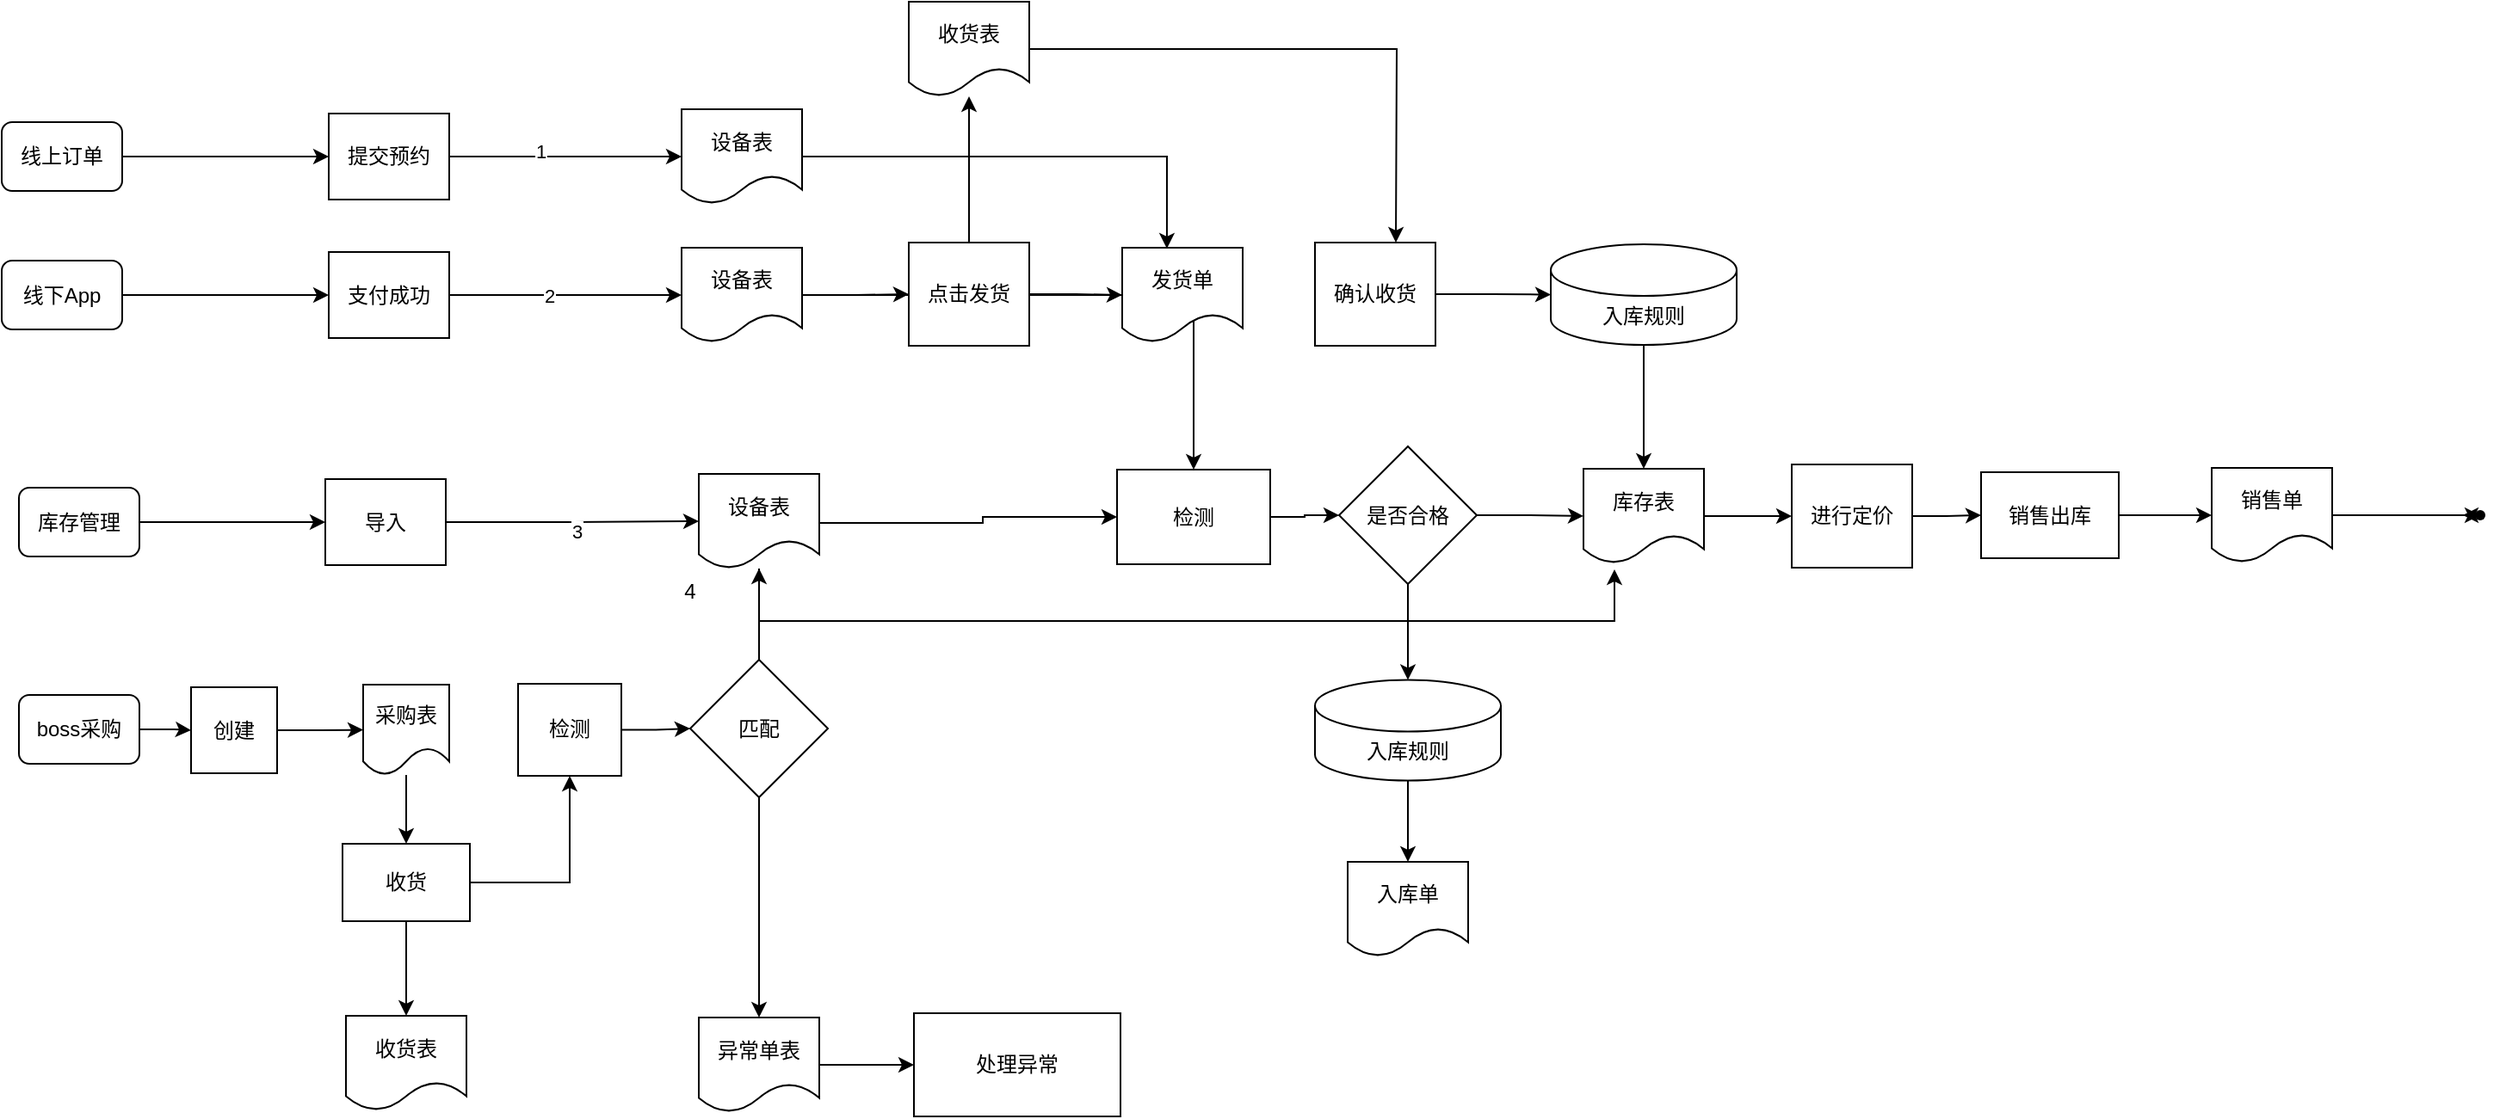
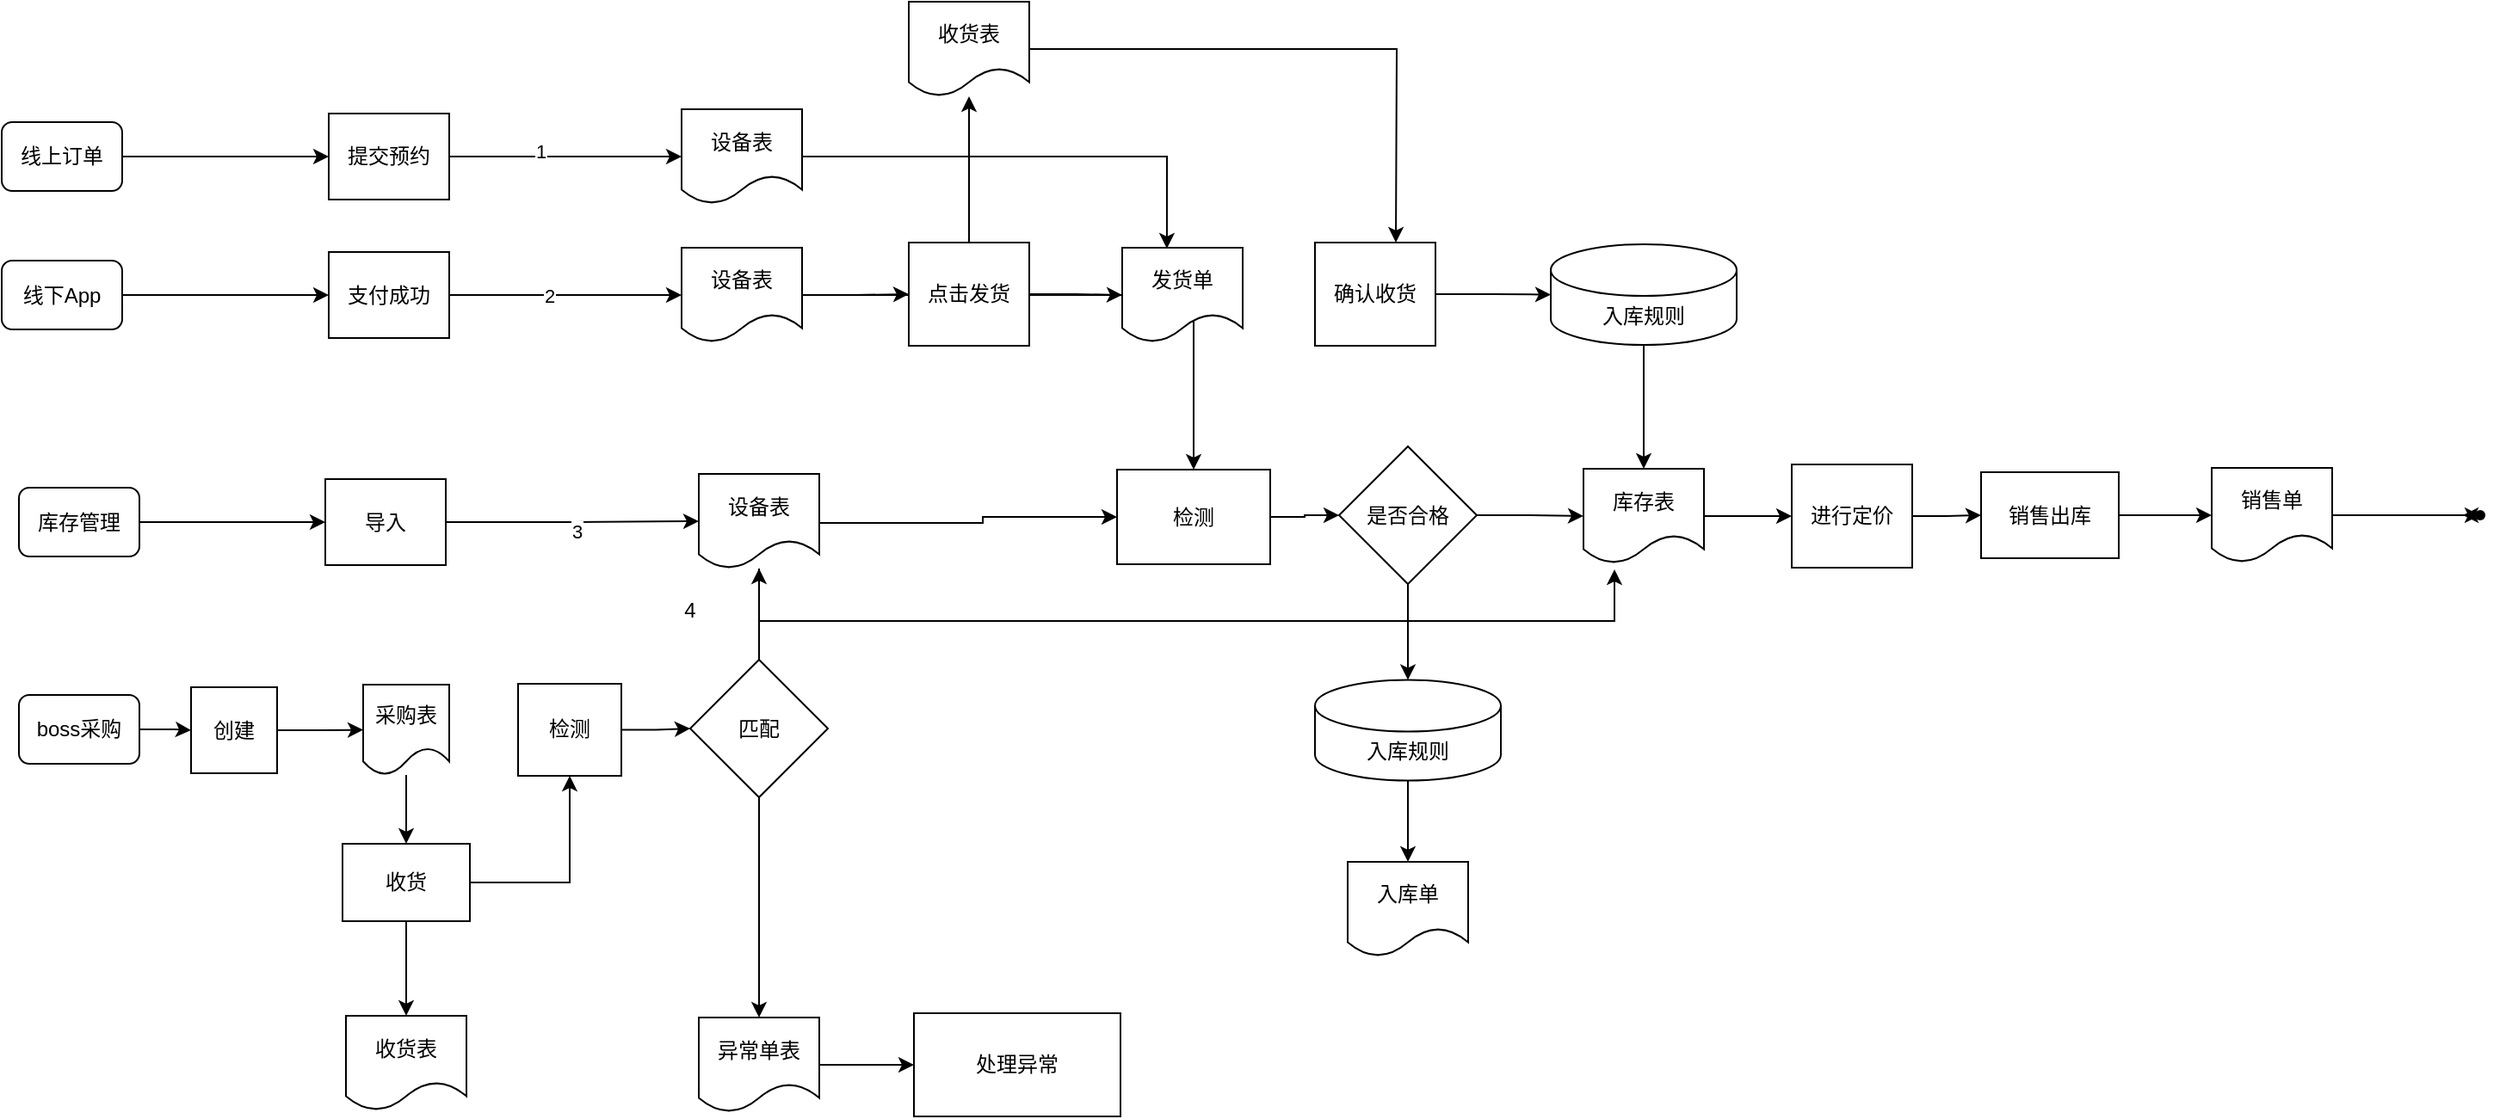
<mxfile host="app.diagrams.net">
  <diagram name="第 1 页" id="s3CgnVwbfZmktE_ADOAM">
    <mxGraphModel dx="1465" dy="741" grid="1" gridSize="10" guides="1" tooltips="1" connect="1" arrows="1" fold="1" page="1" pageScale="1" pageWidth="827" pageHeight="1169" math="0" shadow="0">
      <root>
        <mxCell id="0" />
        <mxCell id="1" parent="0" />
        <mxCell id="9bAV4iDaCewVaVFpZhyE-6" edge="1" parent="1" source="9bAV4iDaCewVaVFpZhyE-1" style="edgeStyle=orthogonalEdgeStyle;rounded=0;orthogonalLoop=1;jettySize=auto;html=1;entryX=0;entryY=0.5;entryDx=0;entryDy=0;" target="9bAV4iDaCewVaVFpZhyE-5">
          <mxGeometry relative="1" as="geometry" />
        </mxCell>
        <mxCell id="9bAV4iDaCewVaVFpZhyE-1" parent="1" style="rounded=1;whiteSpace=wrap;html=1;" value="线上订单" vertex="1">
          <mxGeometry height="40" width="70" x="100" y="200" as="geometry" />
        </mxCell>
        <mxCell id="9bAV4iDaCewVaVFpZhyE-8" edge="1" parent="1" source="9bAV4iDaCewVaVFpZhyE-2" style="edgeStyle=orthogonalEdgeStyle;rounded=0;orthogonalLoop=1;jettySize=auto;html=1;entryX=0;entryY=0.5;entryDx=0;entryDy=0;" target="9bAV4iDaCewVaVFpZhyE-7">
          <mxGeometry relative="1" as="geometry" />
        </mxCell>
        <mxCell id="9bAV4iDaCewVaVFpZhyE-2" parent="1" style="rounded=1;whiteSpace=wrap;html=1;" value="线下App" vertex="1">
          <mxGeometry height="40" width="70" x="100" y="280.5" as="geometry" />
        </mxCell>
        <mxCell id="9bAV4iDaCewVaVFpZhyE-18" edge="1" parent="1" source="9bAV4iDaCewVaVFpZhyE-4" style="edgeStyle=orthogonalEdgeStyle;rounded=0;orthogonalLoop=1;jettySize=auto;html=1;entryX=0;entryY=0.5;entryDx=0;entryDy=0;" target="9bAV4iDaCewVaVFpZhyE-17">
          <mxGeometry relative="1" as="geometry" />
        </mxCell>
        <mxCell id="9bAV4iDaCewVaVFpZhyE-4" parent="1" style="rounded=1;whiteSpace=wrap;html=1;" value="boss采购" vertex="1">
          <mxGeometry height="40" width="70" x="110" y="533" as="geometry" />
        </mxCell>
        <mxCell id="9bAV4iDaCewVaVFpZhyE-13" edge="1" parent="1" source="9bAV4iDaCewVaVFpZhyE-5" style="edgeStyle=orthogonalEdgeStyle;rounded=0;orthogonalLoop=1;jettySize=auto;html=1;entryX=0;entryY=0.5;entryDx=0;entryDy=0;" target="9bAV4iDaCewVaVFpZhyE-10">
          <mxGeometry relative="1" as="geometry" />
        </mxCell>
        <mxCell id="6U2cnajlqVI5yBvSTo5x-1" connectable="0" parent="9bAV4iDaCewVaVFpZhyE-13" style="edgeLabel;html=1;align=center;verticalAlign=middle;resizable=0;points=[];" value="1" vertex="1">
          <mxGeometry relative="1" x="-0.22" y="3" as="geometry">
            <mxPoint as="offset" />
          </mxGeometry>
        </mxCell>
        <mxCell id="9bAV4iDaCewVaVFpZhyE-5" parent="1" style="rounded=0;whiteSpace=wrap;html=1;" value="提交预约" vertex="1">
          <mxGeometry height="50" width="70" x="290" y="195" as="geometry" />
        </mxCell>
        <mxCell id="9bAV4iDaCewVaVFpZhyE-14" edge="1" parent="1" source="9bAV4iDaCewVaVFpZhyE-7" style="edgeStyle=orthogonalEdgeStyle;rounded=0;orthogonalLoop=1;jettySize=auto;html=1;entryX=0;entryY=0.5;entryDx=0;entryDy=0;" target="9bAV4iDaCewVaVFpZhyE-11">
          <mxGeometry relative="1" as="geometry" />
        </mxCell>
        <mxCell id="6U2cnajlqVI5yBvSTo5x-2" connectable="0" parent="9bAV4iDaCewVaVFpZhyE-14" style="edgeLabel;html=1;align=center;verticalAlign=middle;resizable=0;points=[];" value="2" vertex="1">
          <mxGeometry relative="1" x="-0.1503" as="geometry">
            <mxPoint as="offset" />
          </mxGeometry>
        </mxCell>
        <mxCell id="9bAV4iDaCewVaVFpZhyE-7" parent="1" style="rounded=0;whiteSpace=wrap;html=1;" value="支付成功" vertex="1">
          <mxGeometry height="50" width="70" x="290" y="275.5" as="geometry" />
        </mxCell>
        <mxCell id="GVKssT9AvyQaVMVPeHK4-81" edge="1" parent="1" source="9bAV4iDaCewVaVFpZhyE-9" style="edgeStyle=orthogonalEdgeStyle;rounded=0;orthogonalLoop=1;jettySize=auto;html=1;" target="GVKssT9AvyQaVMVPeHK4-80" value="">
          <mxGeometry relative="1" as="geometry" />
        </mxCell>
        <mxCell id="8hWod6TTKWvcKmEvH4T0-15" edge="1" parent="1" source="9bAV4iDaCewVaVFpZhyE-9" style="edgeStyle=orthogonalEdgeStyle;rounded=0;orthogonalLoop=1;jettySize=auto;html=1;entryX=0.5;entryY=1;entryDx=0;entryDy=0;" target="GVKssT9AvyQaVMVPeHK4-85">
          <mxGeometry relative="1" as="geometry" />
        </mxCell>
        <mxCell id="9bAV4iDaCewVaVFpZhyE-9" parent="1" style="rounded=0;whiteSpace=wrap;html=1;" value="收货" vertex="1">
          <mxGeometry height="45" width="74" x="298" y="619.5" as="geometry" />
        </mxCell>
        <mxCell id="9bAV4iDaCewVaVFpZhyE-10" parent="1" style="shape=document;whiteSpace=wrap;html=1;boundedLbl=1;" value="设备表" vertex="1">
          <mxGeometry height="55" width="70" x="495" y="192.5" as="geometry" />
        </mxCell>
        <mxCell id="GVKssT9AvyQaVMVPeHK4-16" edge="1" parent="1" source="9bAV4iDaCewVaVFpZhyE-11" style="edgeStyle=orthogonalEdgeStyle;rounded=0;orthogonalLoop=1;jettySize=auto;html=1;entryX=0.5;entryY=0;entryDx=0;entryDy=0;" target="GVKssT9AvyQaVMVPeHK4-11">
          <mxGeometry relative="1" as="geometry" />
        </mxCell>
        <mxCell id="GVKssT9AvyQaVMVPeHK4-46" edge="1" parent="1" source="9bAV4iDaCewVaVFpZhyE-11" style="edgeStyle=orthogonalEdgeStyle;rounded=0;orthogonalLoop=1;jettySize=auto;html=1;entryX=0;entryY=0.5;entryDx=0;entryDy=0;" target="GVKssT9AvyQaVMVPeHK4-45">
          <mxGeometry relative="1" as="geometry" />
        </mxCell>
        <mxCell id="9bAV4iDaCewVaVFpZhyE-11" parent="1" style="shape=document;whiteSpace=wrap;html=1;boundedLbl=1;" value="设备表" vertex="1">
          <mxGeometry height="55" width="70" x="495" y="273" as="geometry" />
        </mxCell>
        <mxCell id="9bAV4iDaCewVaVFpZhyE-20" edge="1" parent="1" source="9bAV4iDaCewVaVFpZhyE-17" style="edgeStyle=orthogonalEdgeStyle;rounded=0;orthogonalLoop=1;jettySize=auto;html=1;entryX=0;entryY=0.5;entryDx=0;entryDy=0;" target="9bAV4iDaCewVaVFpZhyE-19">
          <mxGeometry relative="1" as="geometry" />
        </mxCell>
        <mxCell id="9bAV4iDaCewVaVFpZhyE-17" parent="1" style="rounded=0;whiteSpace=wrap;html=1;" value="创建" vertex="1">
          <mxGeometry height="50" width="50" x="210" y="528.5" as="geometry" />
        </mxCell>
        <mxCell id="GVKssT9AvyQaVMVPeHK4-70" edge="1" parent="1" source="9bAV4iDaCewVaVFpZhyE-19" style="edgeStyle=orthogonalEdgeStyle;rounded=0;orthogonalLoop=1;jettySize=auto;html=1;" target="9bAV4iDaCewVaVFpZhyE-9" value="">
          <mxGeometry relative="1" as="geometry" />
        </mxCell>
        <mxCell id="9bAV4iDaCewVaVFpZhyE-19" parent="1" style="shape=document;whiteSpace=wrap;html=1;boundedLbl=1;" value="采购表" vertex="1">
          <mxGeometry height="52.5" width="50" x="310" y="527" as="geometry" />
        </mxCell>
        <mxCell id="GVKssT9AvyQaVMVPeHK4-67" edge="1" parent="1" source="GVKssT9AvyQaVMVPeHK4-10" style="edgeStyle=orthogonalEdgeStyle;rounded=0;orthogonalLoop=1;jettySize=auto;html=1;" target="GVKssT9AvyQaVMVPeHK4-13" value="">
          <mxGeometry relative="1" as="geometry" />
        </mxCell>
        <mxCell id="8hWod6TTKWvcKmEvH4T0-7" edge="1" parent="1" source="GVKssT9AvyQaVMVPeHK4-10" style="edgeStyle=orthogonalEdgeStyle;rounded=0;orthogonalLoop=1;jettySize=auto;html=1;" target="8hWod6TTKWvcKmEvH4T0-6" value="">
          <mxGeometry relative="1" as="geometry" />
        </mxCell>
        <mxCell id="GVKssT9AvyQaVMVPeHK4-10" parent="1" style="rhombus;whiteSpace=wrap;html=1;" value="是否合格" vertex="1">
          <mxGeometry height="80" width="80" x="877" y="388.5" as="geometry" />
        </mxCell>
        <mxCell id="GVKssT9AvyQaVMVPeHK4-74" edge="1" parent="1" source="GVKssT9AvyQaVMVPeHK4-11" style="edgeStyle=orthogonalEdgeStyle;rounded=0;orthogonalLoop=1;jettySize=auto;html=1;" target="GVKssT9AvyQaVMVPeHK4-10" value="">
          <mxGeometry relative="1" as="geometry" />
        </mxCell>
        <mxCell id="GVKssT9AvyQaVMVPeHK4-11" parent="1" style="rounded=0;whiteSpace=wrap;html=1;" value="&lt;span style=&quot;text-align: left;&quot;&gt;检测&lt;/span&gt;" vertex="1">
          <mxGeometry height="55" width="89" x="748" y="402" as="geometry" />
        </mxCell>
        <mxCell id="GVKssT9AvyQaVMVPeHK4-60" edge="1" parent="1" source="GVKssT9AvyQaVMVPeHK4-13" style="edgeStyle=orthogonalEdgeStyle;rounded=0;orthogonalLoop=1;jettySize=auto;html=1;" target="GVKssT9AvyQaVMVPeHK4-19" value="">
          <mxGeometry relative="1" as="geometry" />
        </mxCell>
        <mxCell id="GVKssT9AvyQaVMVPeHK4-13" parent="1" style="shape=document;whiteSpace=wrap;html=1;boundedLbl=1;" value="库存表" vertex="1">
          <mxGeometry height="55" width="70" x="1019" y="401.5" as="geometry" />
        </mxCell>
        <mxCell id="GVKssT9AvyQaVMVPeHK4-22" edge="1" parent="1" source="GVKssT9AvyQaVMVPeHK4-19" style="edgeStyle=orthogonalEdgeStyle;rounded=0;orthogonalLoop=1;jettySize=auto;html=1;" target="GVKssT9AvyQaVMVPeHK4-21" value="">
          <mxGeometry relative="1" as="geometry" />
        </mxCell>
        <mxCell id="GVKssT9AvyQaVMVPeHK4-19" parent="1" style="rounded=0;whiteSpace=wrap;html=1;" value="进行定价" vertex="1">
          <mxGeometry height="60" width="70" x="1140" y="399" as="geometry" />
        </mxCell>
        <mxCell id="GVKssT9AvyQaVMVPeHK4-25" edge="1" parent="1" source="GVKssT9AvyQaVMVPeHK4-21" style="edgeStyle=orthogonalEdgeStyle;rounded=0;orthogonalLoop=1;jettySize=auto;html=1;" target="GVKssT9AvyQaVMVPeHK4-24" value="">
          <mxGeometry relative="1" as="geometry" />
        </mxCell>
        <mxCell id="GVKssT9AvyQaVMVPeHK4-21" parent="1" style="whiteSpace=wrap;html=1;rounded=0;" value="销售出库" vertex="1">
          <mxGeometry height="50" width="80" x="1250" y="403.5" as="geometry" />
        </mxCell>
        <mxCell id="GVKssT9AvyQaVMVPeHK4-62" edge="1" parent="1" source="GVKssT9AvyQaVMVPeHK4-61" style="edgeStyle=orthogonalEdgeStyle;rounded=0;orthogonalLoop=1;jettySize=auto;html=1;" value="">
          <mxGeometry relative="1" as="geometry">
            <mxPoint x="1530" y="429" as="targetPoint" />
          </mxGeometry>
        </mxCell>
        <mxCell id="GVKssT9AvyQaVMVPeHK4-24" parent="1" style="shape=document;whiteSpace=wrap;html=1;boundedLbl=1;" value="销售单" vertex="1">
          <mxGeometry height="55" width="70" x="1384" y="401" as="geometry" />
        </mxCell>
        <mxCell id="GVKssT9AvyQaVMVPeHK4-26" parent="1" style="shape=document;whiteSpace=wrap;html=1;boundedLbl=1;" value="发货单" vertex="1">
          <mxGeometry height="55" width="70" x="751" y="273" as="geometry" />
        </mxCell>
        <mxCell id="GVKssT9AvyQaVMVPeHK4-30" edge="1" parent="1" source="9bAV4iDaCewVaVFpZhyE-2" style="edgeStyle=orthogonalEdgeStyle;rounded=0;orthogonalLoop=1;jettySize=auto;html=1;exitX=0.5;exitY=1;exitDx=0;exitDy=0;" target="9bAV4iDaCewVaVFpZhyE-2">
          <mxGeometry relative="1" as="geometry" />
        </mxCell>
        <mxCell id="GVKssT9AvyQaVMVPeHK4-31" edge="1" parent="1" style="edgeStyle=orthogonalEdgeStyle;rounded=0;orthogonalLoop=1;jettySize=auto;html=1;exitX=0.5;exitY=1;exitDx=0;exitDy=0;">
          <mxGeometry relative="1" as="geometry">
            <mxPoint x="200" y="390" as="sourcePoint" />
            <mxPoint x="200" y="390" as="targetPoint" />
          </mxGeometry>
        </mxCell>
        <mxCell id="GVKssT9AvyQaVMVPeHK4-34" edge="1" parent="1" source="GVKssT9AvyQaVMVPeHK4-32" style="edgeStyle=orthogonalEdgeStyle;rounded=0;orthogonalLoop=1;jettySize=auto;html=1;entryX=0;entryY=0.5;entryDx=0;entryDy=0;" target="GVKssT9AvyQaVMVPeHK4-33">
          <mxGeometry relative="1" as="geometry" />
        </mxCell>
        <mxCell id="GVKssT9AvyQaVMVPeHK4-32" parent="1" style="rounded=1;whiteSpace=wrap;html=1;" value="库存管理" vertex="1">
          <mxGeometry height="40" width="70" x="110" y="412.5" as="geometry" />
        </mxCell>
        <mxCell id="GVKssT9AvyQaVMVPeHK4-33" parent="1" style="rounded=0;whiteSpace=wrap;html=1;" value="导入" vertex="1">
          <mxGeometry height="50" width="70" x="288" y="407.5" as="geometry" />
        </mxCell>
        <mxCell id="GVKssT9AvyQaVMVPeHK4-39" edge="1" parent="1" style="edgeStyle=orthogonalEdgeStyle;rounded=0;orthogonalLoop=1;jettySize=auto;html=1;exitX=0.5;exitY=1;exitDx=0;exitDy=0;">
          <mxGeometry relative="1" as="geometry">
            <mxPoint x="133" y="453.5" as="sourcePoint" />
            <mxPoint x="133" y="453.5" as="targetPoint" />
          </mxGeometry>
        </mxCell>
        <mxCell id="GVKssT9AvyQaVMVPeHK4-75" edge="1" parent="1" source="GVKssT9AvyQaVMVPeHK4-40" style="edgeStyle=orthogonalEdgeStyle;rounded=0;orthogonalLoop=1;jettySize=auto;html=1;">
          <mxGeometry relative="1" as="geometry">
            <Array as="points">
              <mxPoint x="540" y="490" />
              <mxPoint x="1037" y="490" />
            </Array>
            <mxPoint x="1037" y="460" as="targetPoint" />
          </mxGeometry>
        </mxCell>
        <mxCell id="GVKssT9AvyQaVMVPeHK4-94" edge="1" parent="1" source="GVKssT9AvyQaVMVPeHK4-40" style="edgeStyle=orthogonalEdgeStyle;rounded=0;orthogonalLoop=1;jettySize=auto;html=1;entryX=0;entryY=0.5;entryDx=0;entryDy=0;" target="GVKssT9AvyQaVMVPeHK4-11">
          <mxGeometry relative="1" as="geometry">
            <Array as="points">
              <mxPoint x="670" y="433" />
              <mxPoint x="670" y="429" />
            </Array>
          </mxGeometry>
        </mxCell>
        <mxCell id="GVKssT9AvyQaVMVPeHK4-40" parent="1" style="shape=document;whiteSpace=wrap;html=1;boundedLbl=1;" value="设备表" vertex="1">
          <mxGeometry height="55" width="70" x="505" y="404.5" as="geometry" />
        </mxCell>
        <mxCell id="GVKssT9AvyQaVMVPeHK4-41" edge="1" parent="1" source="GVKssT9AvyQaVMVPeHK4-33" style="edgeStyle=orthogonalEdgeStyle;rounded=0;orthogonalLoop=1;jettySize=auto;html=1;entryX=0;entryY=0.5;entryDx=0;entryDy=0;" target="GVKssT9AvyQaVMVPeHK4-40">
          <mxGeometry relative="1" as="geometry" />
        </mxCell>
        <mxCell id="6U2cnajlqVI5yBvSTo5x-3" connectable="0" parent="GVKssT9AvyQaVMVPeHK4-41" style="edgeLabel;html=1;align=center;verticalAlign=middle;resizable=0;points=[];" value="3" vertex="1">
          <mxGeometry relative="1" x="0.0342" y="-6" as="geometry">
            <mxPoint as="offset" />
          </mxGeometry>
        </mxCell>
        <mxCell id="GVKssT9AvyQaVMVPeHK4-47" edge="1" parent="1" source="GVKssT9AvyQaVMVPeHK4-45" style="edgeStyle=orthogonalEdgeStyle;rounded=0;orthogonalLoop=1;jettySize=auto;html=1;entryX=0;entryY=0.5;entryDx=0;entryDy=0;" target="GVKssT9AvyQaVMVPeHK4-26">
          <mxGeometry relative="1" as="geometry" />
        </mxCell>
        <mxCell id="8hWod6TTKWvcKmEvH4T0-10" edge="1" parent="1" source="GVKssT9AvyQaVMVPeHK4-45" style="edgeStyle=orthogonalEdgeStyle;rounded=0;orthogonalLoop=1;jettySize=auto;html=1;" target="8hWod6TTKWvcKmEvH4T0-9" value="">
          <mxGeometry relative="1" as="geometry" />
        </mxCell>
        <mxCell id="GVKssT9AvyQaVMVPeHK4-45" parent="1" style="rounded=0;whiteSpace=wrap;html=1;" value="点击发货" vertex="1">
          <mxGeometry height="60" width="70" x="627" y="270" as="geometry" />
        </mxCell>
        <mxCell id="GVKssT9AvyQaVMVPeHK4-48" edge="1" parent="1" source="9bAV4iDaCewVaVFpZhyE-10" style="edgeStyle=orthogonalEdgeStyle;rounded=0;orthogonalLoop=1;jettySize=auto;html=1;entryX=0.371;entryY=0.009;entryDx=0;entryDy=0;entryPerimeter=0;" target="GVKssT9AvyQaVMVPeHK4-26">
          <mxGeometry relative="1" as="geometry" />
        </mxCell>
        <mxCell id="8hWod6TTKWvcKmEvH4T0-12" edge="1" parent="1" source="GVKssT9AvyQaVMVPeHK4-49" style="edgeStyle=orthogonalEdgeStyle;rounded=0;orthogonalLoop=1;jettySize=auto;html=1;" target="8hWod6TTKWvcKmEvH4T0-11" value="">
          <mxGeometry relative="1" as="geometry" />
        </mxCell>
        <mxCell id="GVKssT9AvyQaVMVPeHK4-49" parent="1" style="whiteSpace=wrap;html=1;" value="确认收货" vertex="1">
          <mxGeometry height="60" width="70" x="863" y="270" as="geometry" />
        </mxCell>
        <mxCell id="GVKssT9AvyQaVMVPeHK4-65" edge="1" parent="1" source="GVKssT9AvyQaVMVPeHK4-24" style="edgeStyle=orthogonalEdgeStyle;rounded=0;orthogonalLoop=1;jettySize=auto;html=1;" target="GVKssT9AvyQaVMVPeHK4-61" value="">
          <mxGeometry relative="1" as="geometry">
            <mxPoint x="1454" y="429" as="sourcePoint" />
            <mxPoint x="1530" y="429" as="targetPoint" />
          </mxGeometry>
        </mxCell>
        <mxCell id="GVKssT9AvyQaVMVPeHK4-61" parent="1" style="shape=waypoint;sketch=0;size=6;pointerEvents=1;points=[];fillColor=default;resizable=0;rotatable=0;perimeter=centerPerimeter;snapToPoint=1;" value="" vertex="1">
          <mxGeometry height="20" width="20" x="1530" y="418.5" as="geometry" />
        </mxCell>
        <mxCell id="GVKssT9AvyQaVMVPeHK4-80" parent="1" style="shape=document;whiteSpace=wrap;html=1;boundedLbl=1;" value="收货表" vertex="1">
          <mxGeometry height="55" width="70" x="300" y="719.5" as="geometry" />
        </mxCell>
        <mxCell id="GVKssT9AvyQaVMVPeHK4-88" edge="1" parent="1" source="GVKssT9AvyQaVMVPeHK4-85" style="edgeStyle=orthogonalEdgeStyle;rounded=0;orthogonalLoop=1;jettySize=auto;html=1;" target="GVKssT9AvyQaVMVPeHK4-87" value="">
          <mxGeometry relative="1" as="geometry" />
        </mxCell>
        <mxCell id="GVKssT9AvyQaVMVPeHK4-85" parent="1" style="rounded=0;whiteSpace=wrap;html=1;" value="&lt;span style=&quot;text-align: left;&quot;&gt;检测&lt;/span&gt;" vertex="1">
          <mxGeometry height="53.5" width="60" x="400" y="526.5" as="geometry" />
        </mxCell>
        <mxCell id="GVKssT9AvyQaVMVPeHK4-91" edge="1" parent="1" source="GVKssT9AvyQaVMVPeHK4-87" style="edgeStyle=orthogonalEdgeStyle;rounded=0;orthogonalLoop=1;jettySize=auto;html=1;" target="GVKssT9AvyQaVMVPeHK4-40" value="">
          <mxGeometry relative="1" as="geometry" />
        </mxCell>
        <mxCell id="GVKssT9AvyQaVMVPeHK4-93" edge="1" parent="1" source="GVKssT9AvyQaVMVPeHK4-87" style="edgeStyle=orthogonalEdgeStyle;rounded=0;orthogonalLoop=1;jettySize=auto;html=1;entryX=0.5;entryY=0;entryDx=0;entryDy=0;" target="GVKssT9AvyQaVMVPeHK4-92">
          <mxGeometry relative="1" as="geometry" />
        </mxCell>
        <mxCell id="GVKssT9AvyQaVMVPeHK4-87" parent="1" style="rhombus;whiteSpace=wrap;html=1;" value="匹配" vertex="1">
          <mxGeometry height="80" width="80" x="500" y="512.5" as="geometry" />
        </mxCell>
        <mxCell id="GVKssT9AvyQaVMVPeHK4-96" edge="1" parent="1" source="GVKssT9AvyQaVMVPeHK4-92" style="edgeStyle=orthogonalEdgeStyle;rounded=0;orthogonalLoop=1;jettySize=auto;html=1;" target="GVKssT9AvyQaVMVPeHK4-95" value="">
          <mxGeometry relative="1" as="geometry" />
        </mxCell>
        <mxCell id="GVKssT9AvyQaVMVPeHK4-92" parent="1" style="shape=document;whiteSpace=wrap;html=1;boundedLbl=1;" value="异常单表" vertex="1">
          <mxGeometry height="55" width="70" x="505" y="720.5" as="geometry" />
        </mxCell>
        <mxCell id="GVKssT9AvyQaVMVPeHK4-95" parent="1" style="whiteSpace=wrap;html=1;" value="处理异常" vertex="1">
          <mxGeometry height="60" width="120" x="630" y="718" as="geometry" />
        </mxCell>
        <mxCell id="8hWod6TTKWvcKmEvH4T0-4" parent="1" style="shape=document;whiteSpace=wrap;html=1;boundedLbl=1;" value="入库单" vertex="1">
          <mxGeometry height="55" width="70" x="882" y="630" as="geometry" />
        </mxCell>
        <mxCell id="8hWod6TTKWvcKmEvH4T0-8" edge="1" parent="1" source="8hWod6TTKWvcKmEvH4T0-6" style="edgeStyle=orthogonalEdgeStyle;rounded=0;orthogonalLoop=1;jettySize=auto;html=1;" target="8hWod6TTKWvcKmEvH4T0-4" value="">
          <mxGeometry relative="1" as="geometry" />
        </mxCell>
        <mxCell id="8hWod6TTKWvcKmEvH4T0-6" parent="1" style="shape=cylinder3;whiteSpace=wrap;html=1;boundedLbl=1;backgroundOutline=1;size=15;" value="入库规则" vertex="1">
          <mxGeometry height="58.5" width="108" x="863" y="524.25" as="geometry" />
        </mxCell>
        <mxCell id="8hWod6TTKWvcKmEvH4T0-14" edge="1" parent="1" source="8hWod6TTKWvcKmEvH4T0-9" style="edgeStyle=orthogonalEdgeStyle;rounded=0;orthogonalLoop=1;jettySize=auto;html=1;">
          <mxGeometry relative="1" as="geometry">
            <mxPoint x="910" y="270" as="targetPoint" />
          </mxGeometry>
        </mxCell>
        <mxCell id="8hWod6TTKWvcKmEvH4T0-9" parent="1" style="shape=document;whiteSpace=wrap;html=1;boundedLbl=1;" value="收货表" vertex="1">
          <mxGeometry height="55" width="70" x="627" y="130" as="geometry" />
        </mxCell>
        <mxCell id="8hWod6TTKWvcKmEvH4T0-13" edge="1" parent="1" source="8hWod6TTKWvcKmEvH4T0-11" style="edgeStyle=orthogonalEdgeStyle;rounded=0;orthogonalLoop=1;jettySize=auto;html=1;" target="GVKssT9AvyQaVMVPeHK4-13" value="">
          <mxGeometry relative="1" as="geometry" />
        </mxCell>
        <mxCell id="8hWod6TTKWvcKmEvH4T0-11" parent="1" style="shape=cylinder3;whiteSpace=wrap;html=1;boundedLbl=1;backgroundOutline=1;size=15;" value="入库规则" vertex="1">
          <mxGeometry height="58.5" width="108" x="1000" y="271" as="geometry" />
        </mxCell>
        <mxCell id="6U2cnajlqVI5yBvSTo5x-4" parent="1" style="text;html=1;whiteSpace=wrap;strokeColor=none;fillColor=none;align=center;verticalAlign=middle;rounded=0;" value="4" vertex="1">
-           <mxGeometry height="30" width="60" x="470" y="457.5" as="geometry" />
+           <mxGeometry height="30" width="60" x="470" y="468.5" as="geometry" />
        </mxCell>
      </root>
    </mxGraphModel>
  </diagram>
</mxfile>
